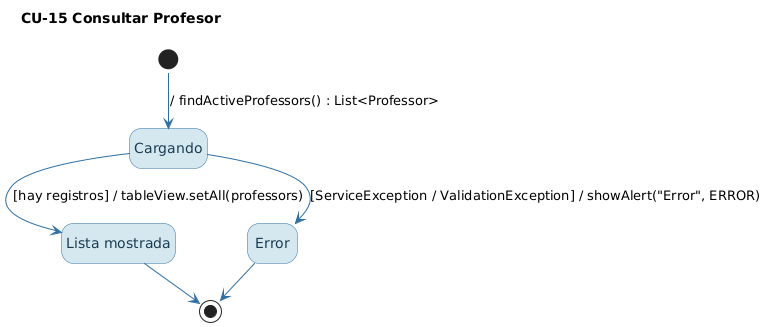
Earlier version of the PlantUML export diagramas_estado_img/CU-15_ConsultarProfesor.png (laramontielpedrojose-bit/Nuevo). The source it was exported from:
```plantuml
@startuml
!pragma layout smetana
hide empty description
skinparam shadowing false
skinparam state {
  BackgroundColor #D5E8F0
  BorderColor #2E6FA3
  FontColor #1A3C53
  ArrowColor #2E6FA3
}
title CU-15 Consultar Profesor
state "Lista mostrada" as ListaMostrada
[*] --> Cargando : / findActiveProfessors() : List<Professor>
Cargando --> ListaMostrada : [hay registros] / tableView.setAll(professors)
Cargando --> Error : [ServiceException / ValidationException] / showAlert("Error", ERROR)
ListaMostrada --> [*]
Error --> [*]
@enduml
```
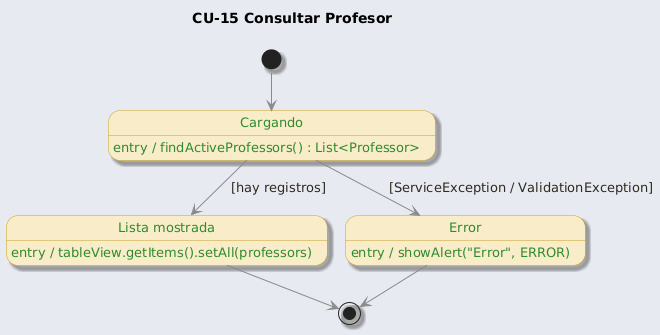
Above is the later version.

What changed in the source:
```diff
@@ -1,18 +1,17 @@
 @startuml
 !pragma layout smetana
+!include _estilo.iuml
 hide empty description
-skinparam shadowing false
-skinparam state {
-  BackgroundColor #D5E8F0
-  BorderColor #2E6FA3
-  FontColor #1A3C53
-  ArrowColor #2E6FA3
-}
 title CU-15 Consultar Profesor
-state "Lista mostrada" as ListaMostrada
-[*] --> Cargando : / findActiveProfessors() : List<Professor>
-Cargando --> ListaMostrada : [hay registros] / tableView.setAll(professors)
-Cargando --> Error : [ServiceException / ValidationException] / showAlert("Error", ERROR)
-ListaMostrada --> [*]
+state "Cargando" as Carga
+Carga : entry / findActiveProfessors() : List<Professor>
+state "Lista mostrada" as Lista
+Lista : entry / tableView.getItems().setAll(professors)
+state "Error" as Error
+Error : entry / showAlert("Error", ERROR)
+[*] --> Carga
+Carga --> Lista : [hay registros]
+Carga --> Error : [ServiceException / ValidationException]
+Lista --> [*]
 Error --> [*]
 @enduml
```
